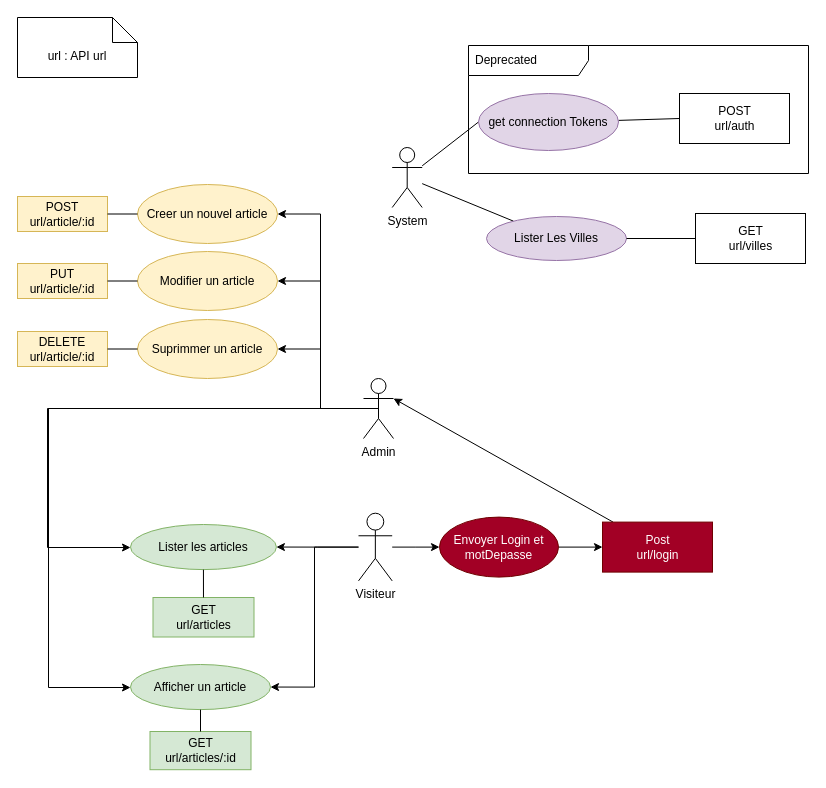
Before: Documentation/API endpoints.drawio in VincentProuchet/symFreeBlog, a draw.io diagram. Source tidied: cells renumbered, new cells numbered last; positions are measured from the earlier drawing's top-left corner, leaving out a move shared by most shapes. Both pictures are drawn from the tidied source at 100%, with x=0, y=0 at pixel (17, 17).
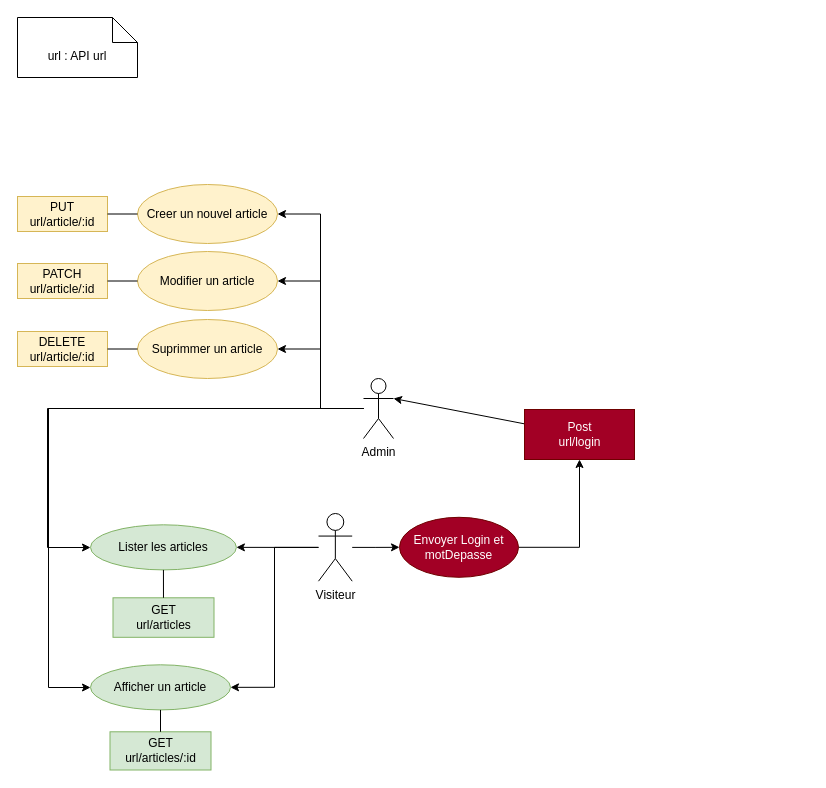
Above is the later version.

Commit message:
Retrait des POST dont on ne peux se servir

The change refers to these unchanged cells:
```xml
<mxCell id="6" value="&lt;div&gt;Admin&lt;/div&gt;" style="shape=umlActor;verticalLabelPosition=bottom;verticalAlign=top;html=1;outlineConnect=0;" parent="1" vertex="1">
  <mxGeometry x="346" y="361" width="30" height="60" as="geometry" />
</mxCell>
```

The edit, as a diff of the source:
```diff
@@
-    <mxCell id="2" style="edgeStyle=orthogonalEdgeStyle;rounded=0;jettySize=auto;html=1;" parent="1" edge="1" source="6" target="26">
+    <mxCell id="2" style="edgeStyle=orthogonalEdgeStyle;rounded=0;jettySize=auto;html=1;strokeColor=default;flowAnimation=0;enumerate=0;comic=0;noJump=1;backgroundOutline=0;snapToPoint=0;" parent="1" edge="1" source="6" target="26">
       <mxGeometry relative="1" as="geometry">
         <Array as="points">
           <mxPoint x="30" y="391" />
           <mxPoint x="30" y="530" />
         </Array>
       </mxGeometry>
     </mxCell>
@@
-    <mxCell id="7" value="System" style="shape=umlActor;verticalLabelPosition=bottom;verticalAlign=top;html=1;" parent="1" vertex="1">
-      <mxGeometry x="374.7" y="130" width="30" height="60" as="geometry" />
-    </mxCell>
-    <mxCell id="8" style="rounded=0;jettySize=auto;html=1;endArrow=none;endFill=0;" parent="1" edge="1" source="9" target="7">
-      <mxGeometry relative="1" as="geometry" />
-    </mxCell>
-    <mxCell id="9" value="Lister Les Villes" style="ellipse;whiteSpace=wrap;html=1;fillColor=#e1d5e7;strokeColor=#9673a6;" parent="1" vertex="1">
-      <mxGeometry x="469" y="199" width="140" height="44" as="geometry" />
-    </mxCell>
-    <mxCell id="10" style="edgeStyle=orthogonalEdgeStyle;rounded=0;jettySize=auto;html=1;endArrow=none;endFill=0;" parent="1" edge="1" source="11" target="9">
-      <mxGeometry relative="1" as="geometry" />
-    </mxCell>
-    <mxCell id="11" value="&lt;div&gt;GET&lt;/div&gt;&lt;div&gt;url/villes&lt;br&gt;&lt;/div&gt;" style="html=1;" parent="1" vertex="1">
-      <mxGeometry x="678" y="196" width="110" height="50" as="geometry" />
-    </mxCell>
@@
     <mxCell id="13" value="Envoyer Login et motDepasse" style="ellipse;whiteSpace=wrap;html=1;fillColor=#a20025;fontColor=#ffffff;strokeColor=#6F0000;" parent="1" vertex="1">
-      <mxGeometry x="422" y="499.6" width="119" height="60" as="geometry" />
+      <mxGeometry x="382" y="499.8" width="119" height="60" as="geometry" />
     </mxCell>
@@
     <mxCell id="15" value="&lt;div&gt;Post&lt;/div&gt;&lt;div&gt;url/login&lt;br&gt;&lt;/div&gt;" style="html=1;fillColor=#a20025;fontColor=#ffffff;strokeColor=#6F0000;" parent="1" vertex="1">
-      <mxGeometry x="585" y="504.6" width="110" height="50" as="geometry" />
+      <mxGeometry x="507" y="392" width="110" height="50" as="geometry" />
     </mxCell>
-    <mxCell id="16" style="edgeStyle=none;rounded=0;jettySize=auto;html=1;endArrow=none;endFill=0;exitX=0;exitY=0.5;exitDx=0;exitDy=0;" parent="1" edge="1" source="18" target="7">
-      <mxGeometry relative="1" as="geometry" />
-    </mxCell>
-    <mxCell id="17" style="edgeStyle=none;rounded=0;jettySize=auto;html=1;entryX=0;entryY=0.5;entryDx=0;entryDy=0;endArrow=none;endFill=0;" parent="1" edge="1" source="18" target="19">
-      <mxGeometry relative="1" as="geometry" />
-    </mxCell>
-    <mxCell id="18" value="get connection Tokens" style="ellipse;whiteSpace=wrap;html=1;fillColor=#e1d5e7;strokeColor=#9673a6;" parent="1" vertex="1">
-      <mxGeometry x="461" y="76" width="140" height="57" as="geometry" />
-    </mxCell>
-    <mxCell id="19" value="&lt;div&gt;POST&lt;br&gt;&lt;/div&gt;&lt;div&gt;url/auth&lt;br&gt;&lt;/div&gt;" style="html=1;" parent="1" vertex="1">
-      <mxGeometry x="662" y="76" width="110" height="50" as="geometry" />
-    </mxCell>
@@
-    <mxCell id="21" value="Deprecated" style="shape=umlFrame;whiteSpace=wrap;html=1;width=120;height=30;boundedLbl=1;verticalAlign=middle;align=left;spacingLeft=5;" parent="1" vertex="1">
-      <mxGeometry x="451" y="28" width="340" height="128" as="geometry" />
-    </mxCell>
@@
     <mxCell id="25" value="Visiteur" style="shape=umlActor;verticalLabelPosition=bottom;verticalAlign=top;html=1;outlineConnect=0;" parent="1" vertex="1">
-      <mxGeometry x="341" y="495.7" width="33.7" height="67.7" as="geometry" />
+      <mxGeometry x="301" y="496" width="33.7" height="67.7" as="geometry" />
     </mxCell>
     <mxCell id="26" value="&lt;div&gt;Lister les articles&lt;/div&gt;" style="ellipse;whiteSpace=wrap;html=1;fillColor=#d5e8d4;strokeColor=#82b366;" parent="1" vertex="1">
-      <mxGeometry x="113" y="507" width="145.9" height="45.1" as="geometry" />
+      <mxGeometry x="73" y="507.3" width="145.9" height="45.1" as="geometry" />
     </mxCell>
     <mxCell id="27" value="GET&lt;br&gt;url/articles" style="text;html=1;strokeColor=#82b366;fillColor=#d5e8d4;align=center;verticalAlign=middle;whiteSpace=wrap;rounded=0;shadow=0;sketch=0;" parent="1" vertex="1">
-      <mxGeometry x="135.5" y="580" width="101" height="39.5" as="geometry" />
+      <mxGeometry x="95.5" y="580.3" width="101" height="39.5" as="geometry" />
     </mxCell>
@@
     <mxCell id="29" value="&lt;div&gt;Afficher un article&lt;/div&gt;" style="ellipse;whiteSpace=wrap;html=1;fillColor=#d5e8d4;strokeColor=#82b366;" parent="1" vertex="1">
-      <mxGeometry x="113" y="647" width="140" height="45.1" as="geometry" />
+      <mxGeometry x="73" y="647.3" width="140" height="45.1" as="geometry" />
     </mxCell>
     <mxCell id="30" value="GET&lt;br&gt;url/articles/:id" style="text;html=1;strokeColor=#82b366;fillColor=#d5e8d4;align=center;verticalAlign=middle;whiteSpace=wrap;rounded=0;shadow=0;sketch=0;" parent="1" vertex="1">
-      <mxGeometry x="132.5" y="714" width="101" height="38.2" as="geometry" />
+      <mxGeometry x="92.5" y="714.3" width="101" height="38.2" as="geometry" />
     </mxCell>
@@
-    <mxCell id="33" value="POST&lt;br&gt;url/article/:id" style="text;html=1;strokeColor=#d6b656;fillColor=#fff2cc;align=center;verticalAlign=middle;whiteSpace=wrap;rounded=0;shadow=0;sketch=0;" parent="1" vertex="1">
+    <mxCell id="33" value="PUT&lt;br&gt;url/article/:id" style="text;html=1;strokeColor=#d6b656;fillColor=#fff2cc;align=center;verticalAlign=middle;whiteSpace=wrap;rounded=0;shadow=0;sketch=0;" parent="1" vertex="1">
       <mxGeometry y="179" width="90" height="35" as="geometry" />
     </mxCell>
@@
-    <mxCell id="36" value="PUT&lt;br&gt;url/article/:id" style="text;html=1;strokeColor=#d6b656;fillColor=#fff2cc;align=center;verticalAlign=middle;whiteSpace=wrap;rounded=0;shadow=0;sketch=0;" parent="1" vertex="1">
+    <mxCell id="36" value="PATCH&lt;br&gt;url/article/:id" style="text;html=1;strokeColor=#d6b656;fillColor=#fff2cc;align=center;verticalAlign=middle;whiteSpace=wrap;rounded=0;shadow=0;sketch=0;" parent="1" vertex="1">
       <mxGeometry y="246" width="90" height="35" as="geometry" />
     </mxCell>
@@
-    <mxCell id="41" style="endArrow=classic;html=1;rounded=0;exitX=0.5;exitY=0.5;exitDx=0;exitDy=0;exitPerimeter=0;edgeStyle=orthogonalEdgeStyle;" parent="1" edge="1" source="6" target="29">
+    <mxCell id="41" style="endArrow=classic;html=1;rounded=0;edgeStyle=orthogonalEdgeStyle;" parent="1" edge="1" source="6" target="29">
       <mxGeometry relative="1" as="geometry">
         <Array as="points">
           <mxPoint x="31" y="391" />
           <mxPoint x="31" y="670" />
         </Array>
       </mxGeometry>
     </mxCell>
```
